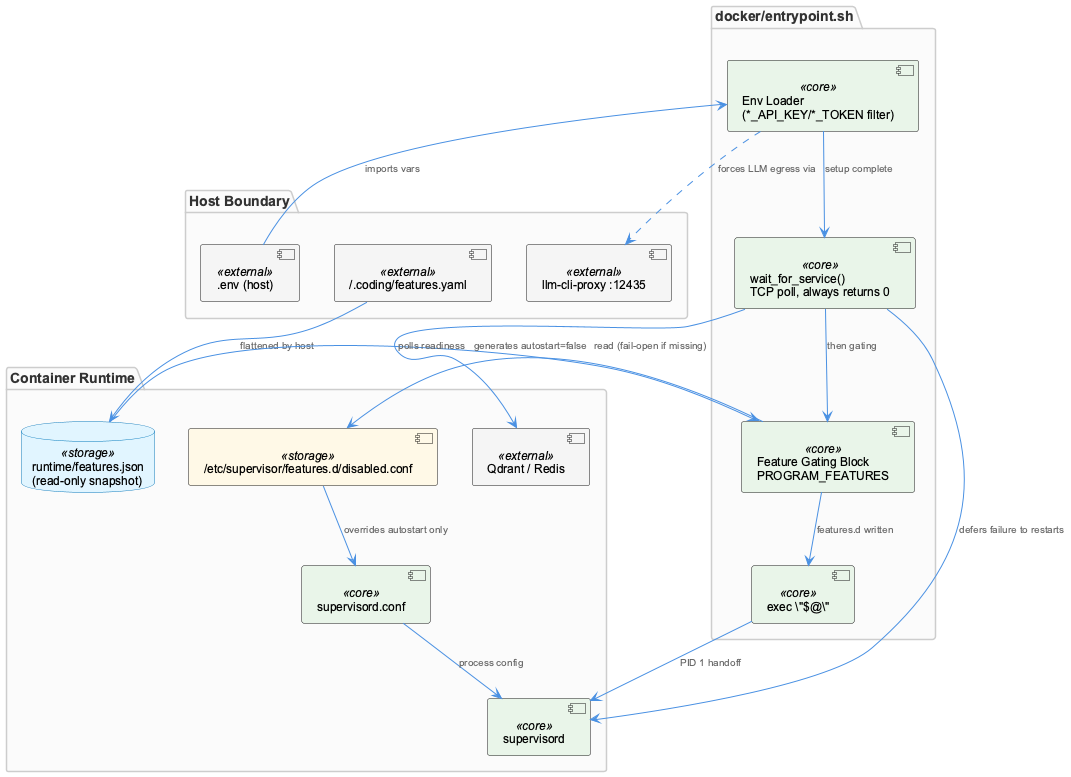
Before: knowledge-management/insights/images/docker-entrypoint-architecture.png, a diagram exported from PlantUML (fwornle/coding).
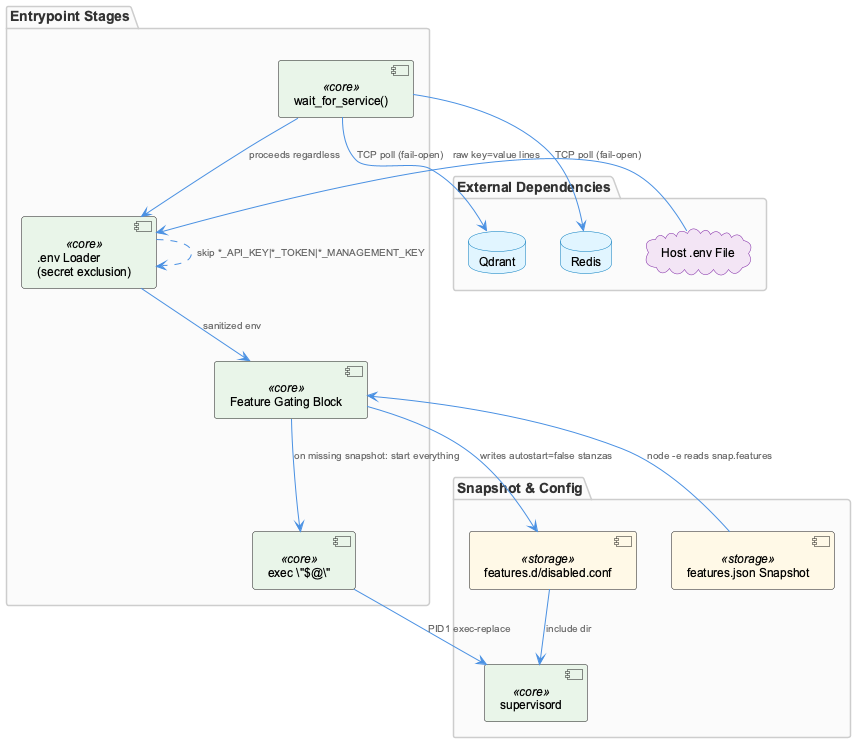
After the change.

Change to the diagram source:
```diff
@@ -1,42 +1,38 @@
 @startuml
 !include /Users/Q284340/Agentic/coding/docs/puml/_standard-style.puml
 
-package "Host Boundary" {
-  component ".env (host)" as envfile <<external>>
-  component "~/.coding/features.yaml" as featuresyaml <<external>>
-  component "llm-cli-proxy :12435" as proxy <<external>>
+package "Entrypoint Stages" {
+  component "wait_for_service()" as wait <<core>>
+  component ".env Loader\n(secret exclusion)" as envload <<core>>
+  component "Feature Gating Block" as featgate <<core>>
+  component "exec \"$@\"" as execcmd <<core>>
 }
 
-package "docker/entrypoint.sh" {
-  component "Env Loader\n(*_API_KEY/*_TOKEN filter)" as envloader <<core>>
-  component "wait_for_service()\nTCP poll, always returns 0" as waitfn <<core>>
-  component "Feature Gating Block\nPROGRAM_FEATURES" as gatefn <<core>>
-  component "exec \"$@\"" as exechandoff <<core>>
+package "External Dependencies" {
+  database "Qdrant" as qdrant
+  database "Redis" as redis
+  cloud "Host .env File" as hostenv
 }
 
-package "Container Runtime" {
-  database "runtime/features.json\n(read-only snapshot)" as snapshot <<storage>>
-  component "/etc/supervisor/features.d/disabled.conf" as disabledconf <<storage>>
-  component "supervisord.conf" as supervisorconf <<core>>
+package "Snapshot & Config" {
+  component "features.json Snapshot" as snapshot <<storage>>
+  component "features.d/disabled.conf" as disabledconf <<storage>>
   component "supervisord" as supervisord <<core>>
-  component "Qdrant / Redis" as qdredis <<external>>
 }
 
-featuresyaml --> snapshot : "flattened by host"
-envfile --> envloader : "imports vars"
-envloader ..> proxy : "forces LLM egress via"
+wait --> qdrant : "TCP poll (fail-open)"
+wait --> redis : "TCP poll (fail-open)"
+wait --> envload : "proceeds regardless"
 
-snapshot --> gatefn : "read (fail-open if missing)"
-gatefn --> disabledconf : "generates autostart=false"
-disabledconf --> supervisorconf : "overrides autostart only"
+hostenv --> envload : "raw key=value lines"
+envload ..> envload : "skip *_API_KEY|*_TOKEN|*_MANAGEMENT_KEY"
+envload --> featgate : "sanitized env"
 
-waitfn --> qdredis : "polls readiness"
-waitfn --> supervisord : "defers failure to restarts"
+snapshot --> featgate : "node -e reads snap.features"
+featgate --> disabledconf : "writes autostart=false stanzas"
+featgate --> execcmd : "on missing snapshot: start everything"
 
-envloader --> waitfn : "setup complete"
-waitfn --> gatefn : "then gating"
-gatefn --> exechandoff : "features.d written"
-exechandoff --> supervisord : "PID 1 handoff"
-supervisorconf --> supervisord : "process config"
+disabledconf --> supervisord : "include dir"
+execcmd --> supervisord : "PID1 exec-replace"
 
 @enduml
```
